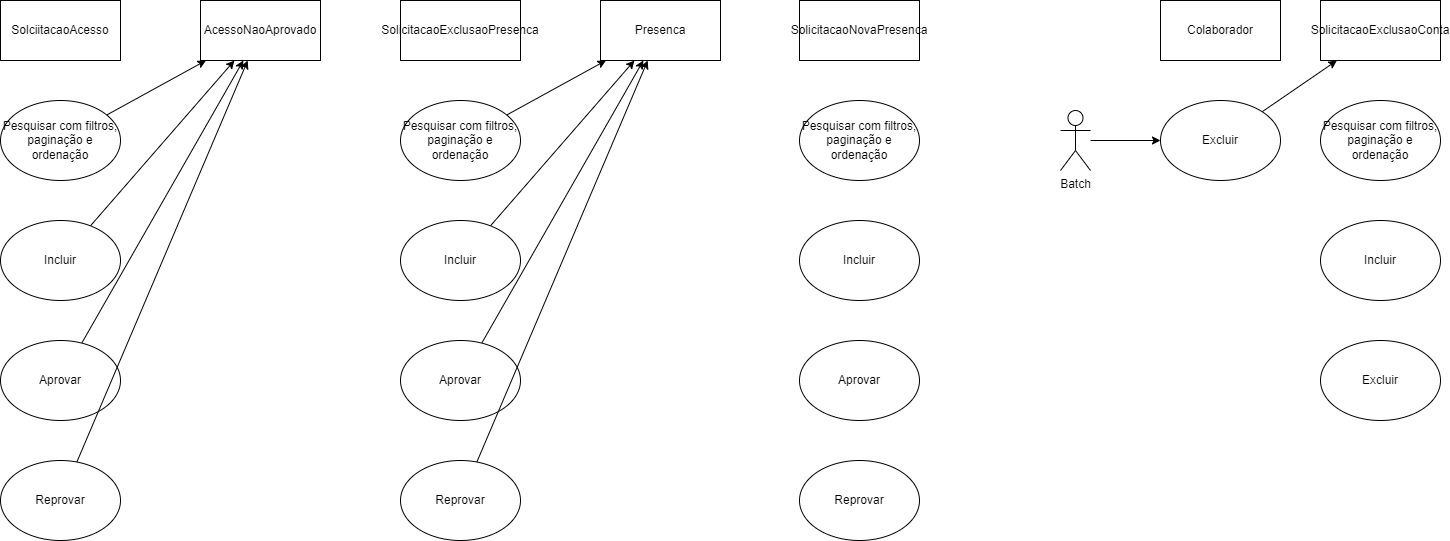
leandroalveswork/horah keeps this draw.io diagram as analise/casos-uso/solicitacao.drawio.png. Above is the earlier version. Source tidied: cells renumbered, new cells last; positions are measured from the earlier drawing's top-left corner, leaving out a move shared by most shapes.
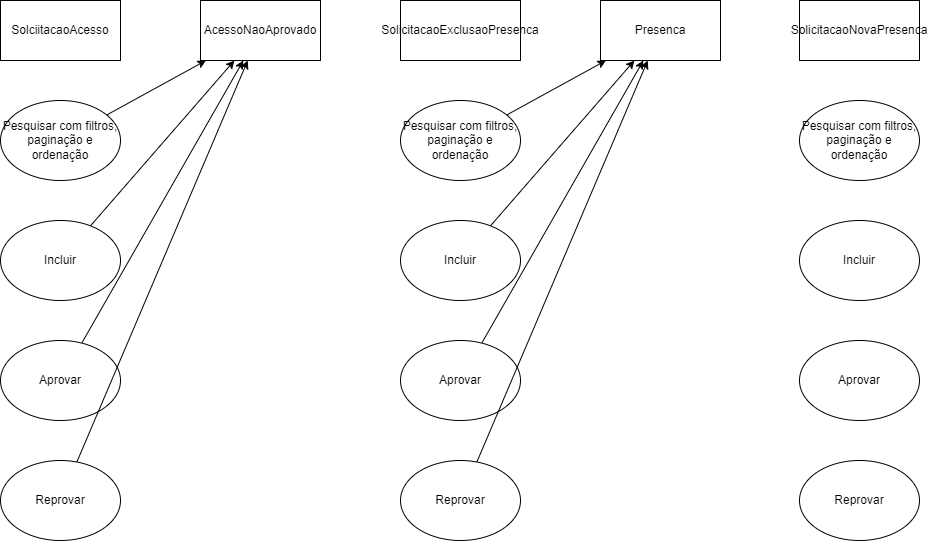
The same file after the commit.

Diff of the diagram source:
```diff
@@ -77,32 +77,5 @@
     <mxCell id="26" value="Presenca" style="rounded=0;whiteSpace=wrap;html=1;" parent="1" vertex="1">
       <mxGeometry x="600" width="120" height="60" as="geometry" />
     </mxCell>
-    <mxCell id="27" style="edgeStyle=none;html=1;" parent="1" edge="1" source="28" target="30">
-      <mxGeometry relative="1" as="geometry" />
-    </mxCell>
-    <mxCell id="28" value="Batch" style="shape=umlActor;verticalLabelPosition=bottom;verticalAlign=top;html=1;outlineConnect=0;" parent="1" vertex="1">
-      <mxGeometry x="1060" y="110" width="30" height="60" as="geometry" />
-    </mxCell>
-    <mxCell id="29" style="edgeStyle=none;html=1;" parent="1" edge="1" source="30" target="32">
-      <mxGeometry relative="1" as="geometry" />
-    </mxCell>
-    <mxCell id="30" value="Excluir" style="ellipse;whiteSpace=wrap;html=1;" parent="1" vertex="1">
-      <mxGeometry x="1160" y="100" width="120" height="80" as="geometry" />
-    </mxCell>
-    <mxCell id="31" value="Colaborador" style="rounded=0;whiteSpace=wrap;html=1;" parent="1" vertex="1">
-      <mxGeometry x="1160" width="120" height="60" as="geometry" />
-    </mxCell>
-    <mxCell id="32" value="SolicitacaoExclusaoConta" style="rounded=0;whiteSpace=wrap;html=1;" parent="1" vertex="1">
-      <mxGeometry x="1320" width="120" height="60" as="geometry" />
-    </mxCell>
-    <mxCell id="33" value="Incluir" style="ellipse;whiteSpace=wrap;html=1;" parent="1" vertex="1">
-      <mxGeometry x="1320" y="220" width="120" height="80" as="geometry" />
-    </mxCell>
-    <mxCell id="34" value="Pesquisar com filtros, paginação e ordenação" style="ellipse;whiteSpace=wrap;html=1;" parent="1" vertex="1">
-      <mxGeometry x="1320" y="100" width="120" height="80" as="geometry" />
-    </mxCell>
-    <mxCell id="35" value="Excluir" style="ellipse;whiteSpace=wrap;html=1;" parent="1" vertex="1">
-      <mxGeometry x="1320" y="340" width="120" height="80" as="geometry" />
-    </mxCell>
   </root>
 </mxGraphModel>
```
